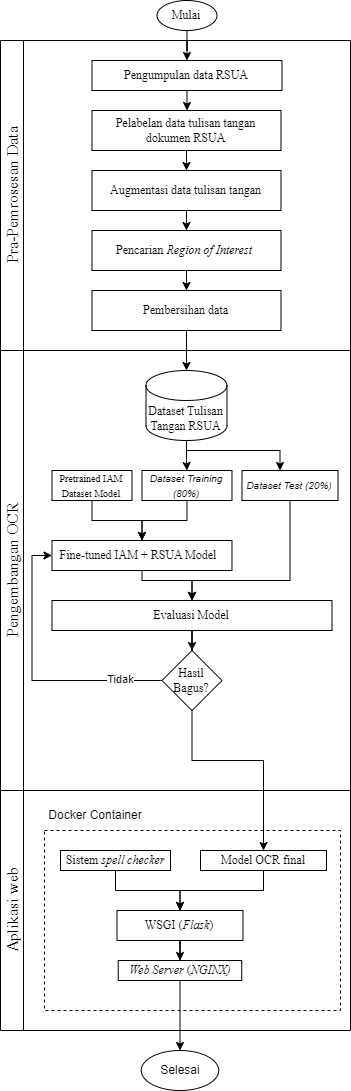
Earlier version of the draw.io export Flowchart.png (Neek0tine/EMRetainer). Source tidied: cells renumbered, new cells last; positions are measured from the earlier drawing's top-left corner, leaving out a move shared by most shapes.
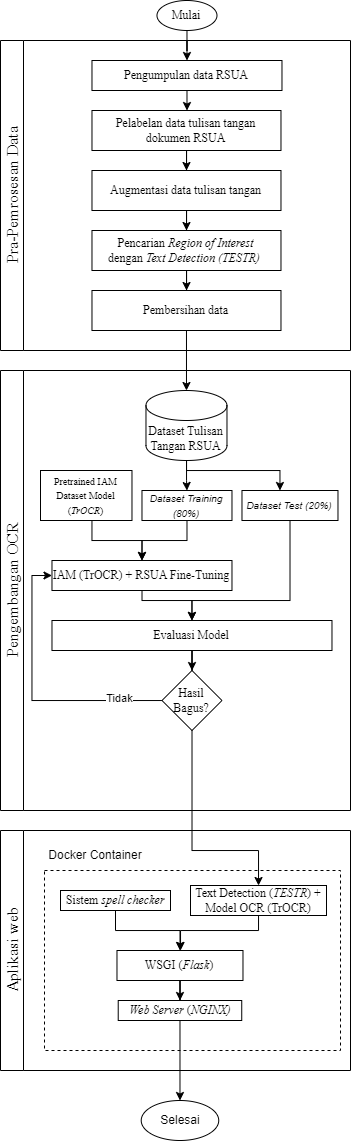
The same diagram one commit later.

The edit, as a diff of the source:
```diff
@@ -6,10 +6,10 @@
       <mxGeometry relative="1" as="geometry" />
     </mxCell>
     <mxCell id="3" value="&lt;font face=&quot;Times New Roman&quot;&gt;Mulai&lt;/font&gt;" style="ellipse;whiteSpace=wrap;html=1;" parent="1" vertex="1">
-      <mxGeometry x="156.5" width="60" height="30" as="geometry" />
+      <mxGeometry x="156.5" y="-20" width="60" height="30" as="geometry" />
     </mxCell>
     <mxCell id="4" value="&lt;span id=&quot;docs-internal-guid-a24c938d-7fff-36d7-f1bd-a32cb82be49f&quot; style=&quot;font-weight:normal;&quot;&gt;&lt;span style=&quot;font-size: 12pt; font-family: &amp;quot;Times New Roman&amp;quot;, serif; background-color: transparent; font-variant-numeric: normal; font-variant-east-asian: normal; font-variant-alternates: normal; font-variant-position: normal; vertical-align: baseline; white-space-collapse: preserve;&quot;&gt;Pra-Pemrosesan Data&lt;/span&gt;&lt;/span&gt;" style="swimlane;horizontal=0;whiteSpace=wrap;html=1;" parent="1" vertex="1">
-      <mxGeometry y="40" width="350" height="310" as="geometry" />
+      <mxGeometry y="20" width="350" height="310" as="geometry" />
     </mxCell>
     <mxCell id="5" style="edgeStyle=orthogonalEdgeStyle;rounded=0;jettySize=auto;html=1;" parent="4" edge="1" source="6" target="8">
       <mxGeometry relative="1" as="geometry" />
@@ -32,7 +32,7 @@
     <mxCell id="11" style="edgeStyle=orthogonalEdgeStyle;rounded=0;jettySize=auto;html=1;" parent="4" edge="1" source="12" target="13">
       <mxGeometry relative="1" as="geometry" />
     </mxCell>
-    <mxCell id="12" value="&lt;font face=&quot;Times New Roman&quot;&gt;Pencarian &lt;i&gt;Region of Interest&lt;/i&gt;&amp;nbsp;&lt;/font&gt;" style="rounded=0;whiteSpace=wrap;html=1;" parent="4" vertex="1">
+    <mxCell id="12" value="&lt;font face=&quot;Times New Roman&quot;&gt;Pencarian &lt;i&gt;Region of Interest &lt;/i&gt;dengan&amp;nbsp;&lt;i&gt;Text Detection (TESTR)&lt;/i&gt;&amp;nbsp;&lt;/font&gt;" style="rounded=0;whiteSpace=wrap;html=1;" parent="4" vertex="1">
       <mxGeometry x="91.5" y="190" width="189" height="40" as="geometry" />
     </mxCell>
     <mxCell id="13" value="&lt;font face=&quot;Times New Roman&quot;&gt;Pembersihan data&lt;/font&gt;" style="rounded=0;whiteSpace=wrap;html=1;" parent="4" vertex="1">
@@ -85,8 +85,8 @@
         </Array>
       </mxGeometry>
     </mxCell>
-    <mxCell id="23" value="&lt;font style=&quot;font-size: 10px;&quot; face=&quot;Times New Roman&quot;&gt;Pretrained IAM Dataset Model&lt;/font&gt;" style="rounded=0;whiteSpace=wrap;html=1;" parent="14" vertex="1">
-      <mxGeometry x="51.5" y="120" width="80" height="30" as="geometry" />
+    <mxCell id="23" value="&lt;font style=&quot;font-size: 10px;&quot; face=&quot;Times New Roman&quot;&gt;Pretrained IAM Dataset Model (&lt;i&gt;TrOCR&lt;/i&gt;)&lt;/font&gt;" style="rounded=0;whiteSpace=wrap;html=1;" parent="14" vertex="1">
+      <mxGeometry x="40" y="100" width="91.5" height="50" as="geometry" />
     </mxCell>
     <mxCell id="24" style="edgeStyle=orthogonalEdgeStyle;rounded=0;jettySize=auto;html=1;" parent="14" edge="1" source="25" target="27">
       <mxGeometry relative="1" as="geometry">
@@ -96,7 +96,7 @@
         </Array>
       </mxGeometry>
     </mxCell>
-    <mxCell id="25" value="&lt;font face=&quot;Times New Roman&quot;&gt;Fine-tuned IAM + RSUA Model&amp;nbsp;&amp;nbsp;&lt;/font&gt;" style="rounded=0;whiteSpace=wrap;html=1;" parent="14" vertex="1">
+    <mxCell id="25" value="&lt;font face=&quot;Times New Roman&quot;&gt;IAM (TrOCR) + RSUA Fine-Tuning&lt;/font&gt;" style="rounded=0;whiteSpace=wrap;html=1;" parent="14" vertex="1">
       <mxGeometry x="51.5" y="190" width="180" height="30" as="geometry" />
     </mxCell>
     <mxCell id="26" style="edgeStyle=orthogonalEdgeStyle;rounded=0;jettySize=auto;html=1;" parent="14" edge="1" source="27" target="30">
@@ -123,16 +123,21 @@
       <mxGeometry relative="1" as="geometry" />
     </mxCell>
     <mxCell id="32" value="&lt;font face=&quot;Times New Roman, serif&quot;&gt;&lt;span style=&quot;font-size: 16px; font-weight: 400; white-space-collapse: preserve;&quot;&gt;Aplikasi web&lt;/span&gt;&lt;/font&gt;" style="swimlane;horizontal=0;whiteSpace=wrap;html=1;" parent="1" vertex="1">
-      <mxGeometry y="790" width="350" height="240" as="geometry" />
+      <mxGeometry y="810" width="350" height="240" as="geometry" />
     </mxCell>
     <mxCell id="33" style="rounded=0;whiteSpace=wrap;html=1;dashed=1;fillColor=none;" parent="32" vertex="1">
       <mxGeometry x="44" y="40" width="296" height="180" as="geometry" />
     </mxCell>
     <mxCell id="34" style="edgeStyle=orthogonalEdgeStyle;rounded=0;jettySize=auto;html=1;" parent="32" edge="1" source="35" target="39">
-      <mxGeometry relative="1" as="geometry" />
+      <mxGeometry relative="1" as="geometry">
+        <Array as="points">
+          <mxPoint x="258" y="100" />
+          <mxPoint x="180" y="100" />
+        </Array>
+      </mxGeometry>
     </mxCell>
-    <mxCell id="35" value="&lt;font face=&quot;Times New Roman&quot;&gt;Model OCR final&lt;/font&gt;" style="rounded=0;whiteSpace=wrap;html=1;" parent="32" vertex="1">
-      <mxGeometry x="200" y="60" width="126" height="20" as="geometry" />
+    <mxCell id="35" value="&lt;font face=&quot;Times New Roman&quot;&gt;Text Detection (&lt;i&gt;TESTR&lt;/i&gt;) + Model OCR (TrOCR)&lt;/font&gt;" style="rounded=0;whiteSpace=wrap;html=1;" parent="32" vertex="1">
+      <mxGeometry x="190" y="55" width="136" height="30" as="geometry" />
     </mxCell>
     <mxCell id="36" style="edgeStyle=orthogonalEdgeStyle;rounded=0;jettySize=auto;html=1;" parent="32" edge="1" source="37" target="39">
       <mxGeometry relative="1" as="geometry" />
@@ -152,19 +157,19 @@
     <mxCell id="41" value="Docker Container" style="text;html=1;align=center;verticalAlign=middle;whiteSpace=wrap;rounded=0;" parent="32" vertex="1">
       <mxGeometry x="40" y="10" width="110" height="30" as="geometry" />
     </mxCell>
-    <mxCell id="42" style="edgeStyle=orthogonalEdgeStyle;rounded=0;jettySize=auto;html=1;entryX=0.5;entryY=0;entryDx=0;entryDy=0;" parent="1" edge="1" source="30" target="35">
-      <mxGeometry relative="1" as="geometry">
-        <Array as="points">
-          <mxPoint x="192" y="760" />
-          <mxPoint x="263" y="760" />
-        </Array>
-      </mxGeometry>
-    </mxCell>
     <mxCell id="43" value="Selesai" style="ellipse;whiteSpace=wrap;html=1;" parent="1" vertex="1">
-      <mxGeometry x="140.7" y="1050" width="77.5" height="40" as="geometry" />
+      <mxGeometry x="140.7" y="1080" width="77.5" height="40" as="geometry" />
     </mxCell>
     <mxCell id="44" style="edgeStyle=orthogonalEdgeStyle;rounded=0;jettySize=auto;html=1;" parent="1" edge="1" source="40" target="43">
       <mxGeometry relative="1" as="geometry" />
     </mxCell>
+    <mxCell id="42" style="edgeStyle=orthogonalEdgeStyle;rounded=0;jettySize=auto;html=1;" parent="1" edge="1" source="30" target="35">
+      <mxGeometry relative="1" as="geometry">
+        <Array as="points">
+          <mxPoint x="192" y="830" />
+          <mxPoint x="258" y="830" />
+        </Array>
+      </mxGeometry>
+    </mxCell>
   </root>
 </mxGraphModel>
```
